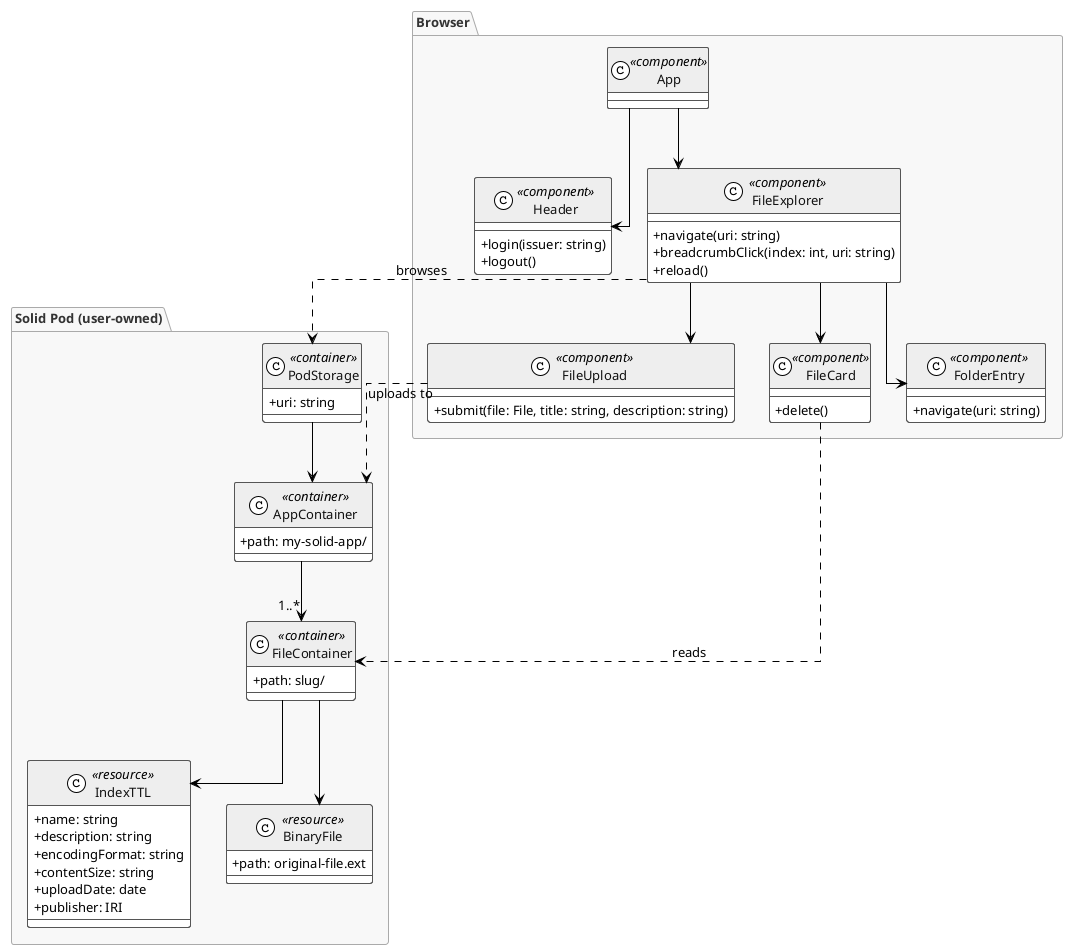
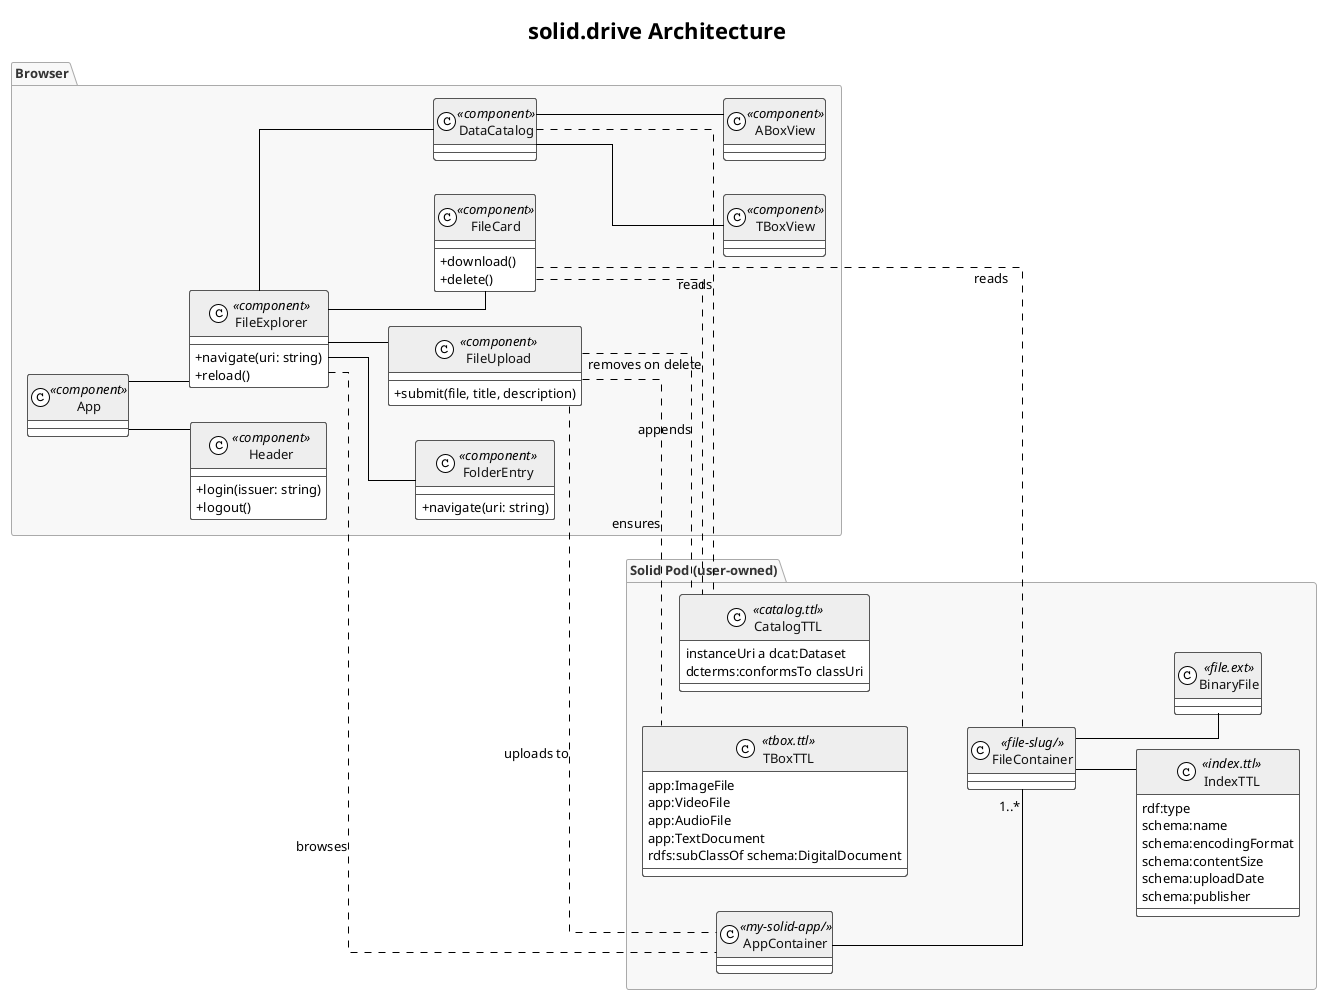
- @startuml solid.drive Architecture
+ @startuml architecture
+ title solid.drive Architecture
+ 
!theme plain
skinparam defaultFontName sans-serif
skinparam defaultFontSize 13
+ skinparam classAttributeIconSize 0
+ skinparam backgroundColor White
skinparam linetype ortho
- skinparam classAttributeIconSize 0

skinparam class {
  BackgroundColor White
  BorderColor #555555
  FontColor #111111
  HeaderBackgroundColor #EEEEEE
}

skinparam package {
  BackgroundColor #F8F8F8
  BorderColor #AAAAAA
  FontColor #333333
  FontStyle Bold
}

- skinparam note {
-   BackgroundColor #FFFFF0
-   BorderColor #AAAAAA
- }
+ left to right direction

package "Browser" {

-   class App <<component>> {
-   }
+   class App <<component>>

  class Header <<component>> {
    +login(issuer: string)
    +logout()
  }

  class FileExplorer <<component>> {
    +navigate(uri: string)
-     +breadcrumbClick(index: int, uri: string)
    +reload()
  }

  class FileUpload <<component>> {
-     +submit(file: File, title: string, description: string)
+     +submit(file, title, description)
  }

  class FileCard <<component>> {
+     +download()
    +delete()
  }

  class FolderEntry <<component>> {
    +navigate(uri: string)
  }

-   App --> Header
-   App --> FileExplorer
-   FileExplorer --> FileUpload
-   FileExplorer --> FileCard
-   FileExplorer --> FolderEntry
+   class DataCatalog <<component>>
+   class TBoxView <<component>>
+   class ABoxView <<component>>
+ 
+   App -- Header
+   App -- FileExplorer
+   FileExplorer -- FileUpload
+   FileExplorer -- FileCard
+   FileExplorer -- FolderEntry
+   FileExplorer -- DataCatalog
+   DataCatalog -- TBoxView
+   DataCatalog -- ABoxView
}

package "Solid Pod (user-owned)" {

-   class PodStorage <<container>> {
-     +uri: string
+   class TBoxTTL <<tbox.ttl>> {
+     app:ImageFile
+     app:VideoFile
+     app:AudioFile
+     app:TextDocument
+     rdfs:subClassOf schema:DigitalDocument
  }

-   class AppContainer <<container>> {
-     +path: my-solid-app/
+   class CatalogTTL <<catalog.ttl>> {
+     instanceUri a dcat:Dataset
+     dcterms:conformsTo classUri
  }

-   class FileContainer <<container>> {
-     +path: slug/
+   class AppContainer <<my-solid-app/>>
+ 
+   class FileContainer <<file-slug/>>
+ 
+   class IndexTTL <<index.ttl>> {
+     rdf:type
+     schema:name
+     schema:encodingFormat
+     schema:contentSize
+     schema:uploadDate
+     schema:publisher
  }

-   class IndexTTL <<resource>> {
-     +name: string
-     +description: string
-     +encodingFormat: string
-     +contentSize: string
-     +uploadDate: date
-     +publisher: IRI
-   }
+   class BinaryFile <<file.ext>>

-   class BinaryFile <<resource>> {
-     +path: original-file.ext
-   }
- 
-   PodStorage --> AppContainer
-   AppContainer --> "1..*" FileContainer
-   FileContainer --> IndexTTL
-   FileContainer --> BinaryFile
+   AppContainer -- "1..*" FileContainer
+   FileContainer -- IndexTTL
+   FileContainer -- BinaryFile
}

- FileExplorer ..> PodStorage : browses
- FileUpload ..> AppContainer : uploads to
- FileCard ..> FileContainer : reads
+ FileUpload .. TBoxTTL    : ensures
+ FileUpload .. CatalogTTL : appends
+ FileUpload .. AppContainer : uploads to
+ FileCard .. FileContainer  : reads
+ FileCard .. CatalogTTL    : removes on delete
+ DataCatalog .. CatalogTTL : reads
+ FileExplorer .. AppContainer : browses

@enduml
